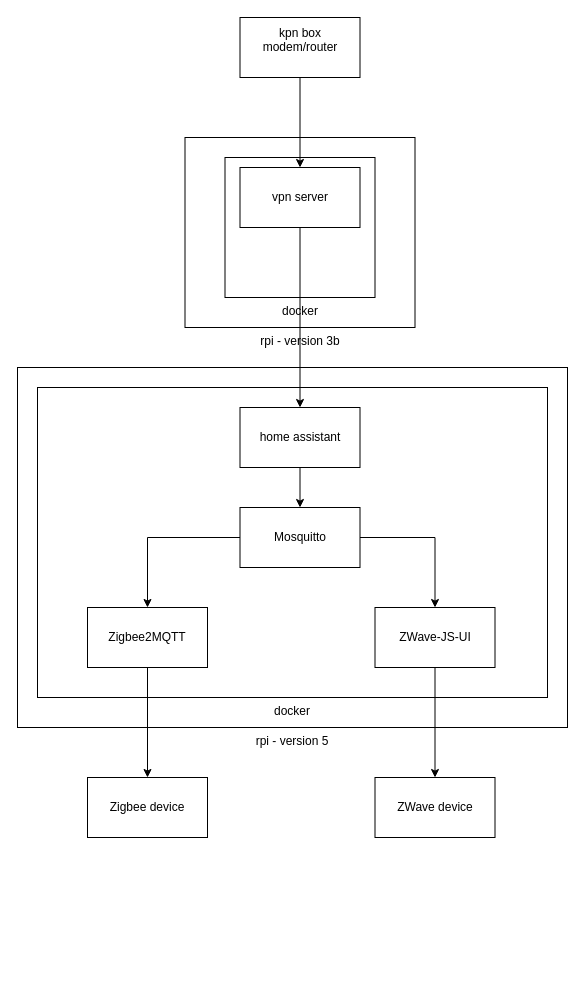
Above: home.drawio in joriswijlens/home (draw.io), before the change. Source tidied: cells renumbered, new cells numbered last; positions are measured from the earlier drawing's top-left corner, leaving out a move shared by most shapes. Both pictures are drawn from the tidied source at 100%, with x=0, y=0 at pixel (17, 17).
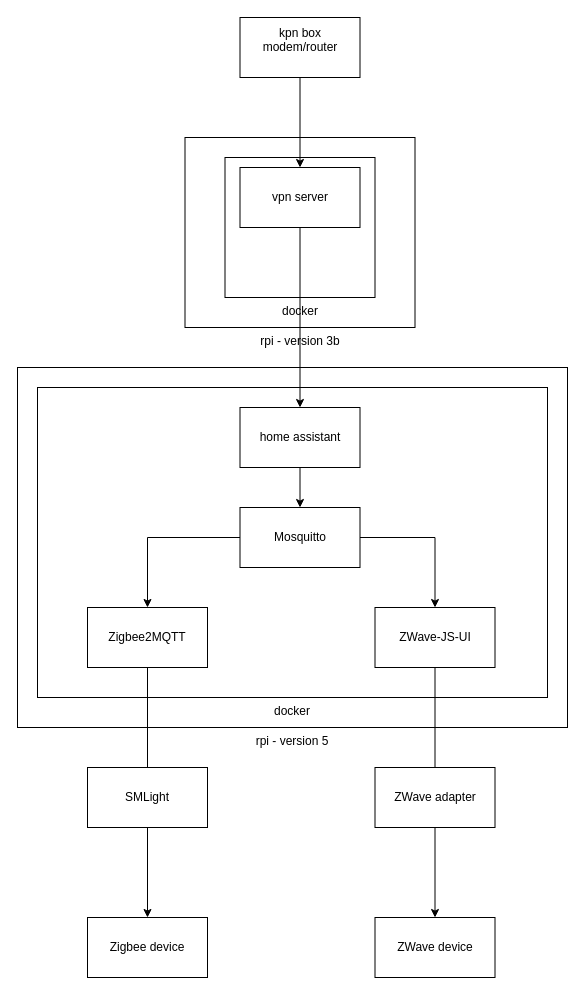
The same diagram, later.

Commit message (it also covers changes not shown here):
Improved home image and added off-grid image

Change to the diagram source:
```diff
@@
     <mxCell id="17" value="Zigbee device" style="rounded=0;whiteSpace=wrap;html=1;" parent="1" vertex="1">
-      <mxGeometry x="70" y="760" width="120" height="60" as="geometry" />
+      <mxGeometry x="70" y="900" width="120" height="60" as="geometry" />
     </mxCell>
@@
     <mxCell id="20" value="ZWave device" style="rounded=0;whiteSpace=wrap;html=1;" parent="1" vertex="1">
-      <mxGeometry x="357.5" y="760" width="120" height="60" as="geometry" />
+      <mxGeometry x="357.5" y="900" width="120" height="60" as="geometry" />
     </mxCell>
+    <mxCell id="21" value="SMLight" style="rounded=0;whiteSpace=wrap;html=1;" parent="1" vertex="1">
+      <mxGeometry x="70" y="750" width="120" height="60" as="geometry" />
+    </mxCell>
+    <mxCell id="22" value="ZWave adapter" style="rounded=0;whiteSpace=wrap;html=1;" parent="1" vertex="1">
+      <mxGeometry x="357.5" y="750" width="120" height="60" as="geometry" />
+    </mxCell>
```
